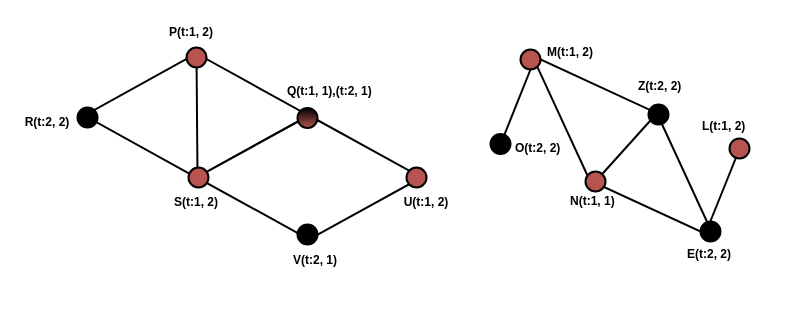
Before: page "Page-1" (1 of 2) of images/connect-unconnect.drawio in HabibRh26/EMK_SessionAndroid, a draw.io diagram. Source tidied: cells renumbered, new cells numbered last; positions are measured from the earlier drawing's top-left corner, leaving out a move shared by most shapes. Both pictures are drawn from the tidied source at 100%, with x=0, y=0 at pixel (17, 17).
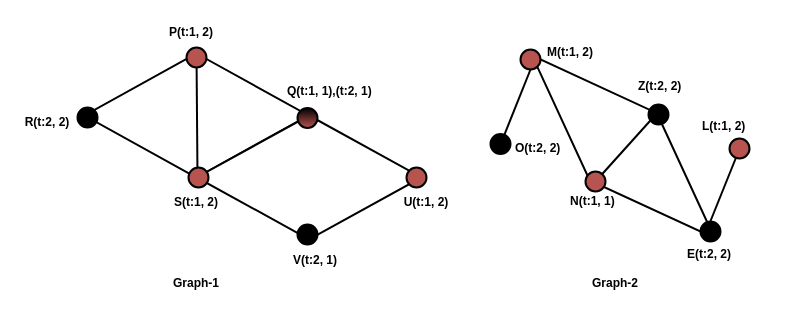
The same diagram, later.

What changed in the source:
```diff
@@
+    <mxCell id="33" value="&lt;b&gt;Graph-1&lt;/b&gt;" style="text;html=1;strokeColor=none;fillColor=none;align=center;verticalAlign=middle;whiteSpace=wrap;rounded=0;" parent="1" vertex="1">
+      <mxGeometry x="149" y="251" width="60" height="30" as="geometry" />
+    </mxCell>
+    <mxCell id="34" value="&lt;b&gt;Graph-2&lt;/b&gt;" style="text;html=1;strokeColor=none;fillColor=none;align=center;verticalAlign=middle;whiteSpace=wrap;rounded=0;" parent="1" vertex="1">
+      <mxGeometry x="568" y="251" width="60" height="30" as="geometry" />
+    </mxCell>
```
